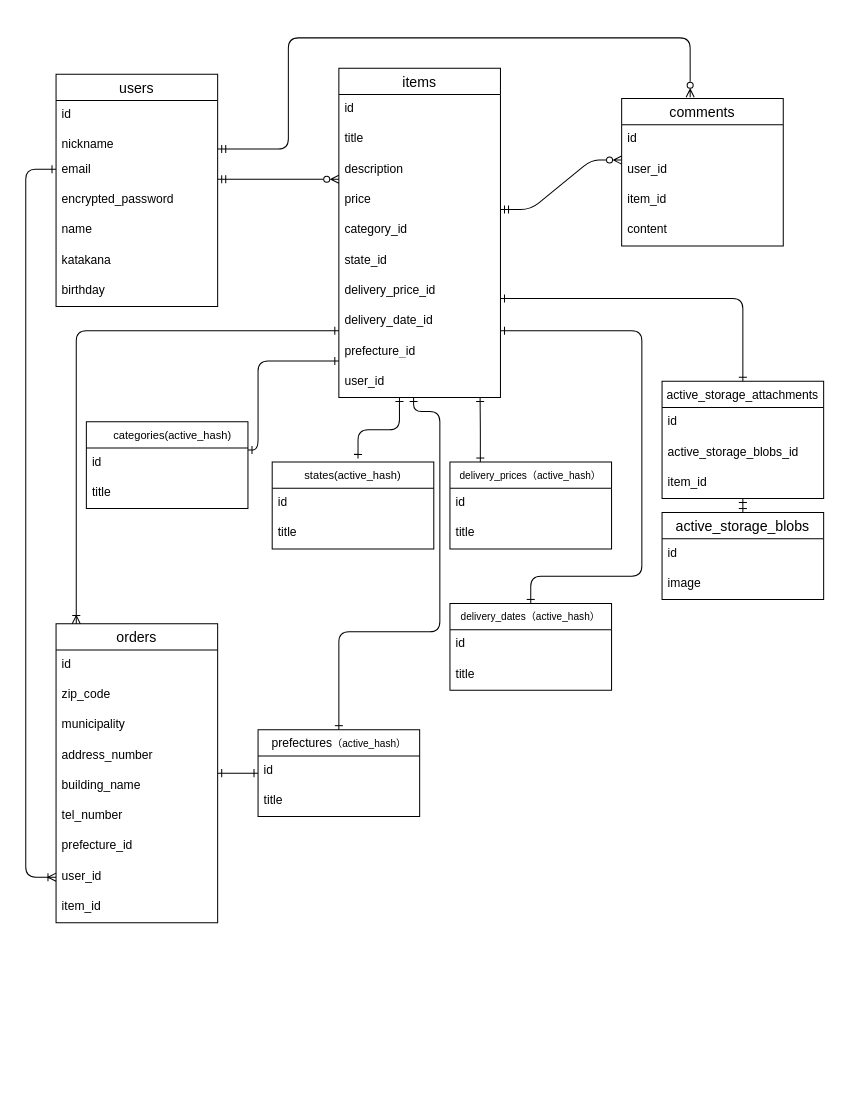
Above: page "ページ2" (2 of 2) of db-plan.dio in tks-sugita/furima-37380 (draw.io), before the change. Source tidied: cells renumbered, new cells numbered last; positions are measured from the earlier drawing's top-left corner, leaving out a move shared by most shapes. Both pictures are drawn from the tidied source at 101%, with x=0, y=0 at pixel (25, 37).
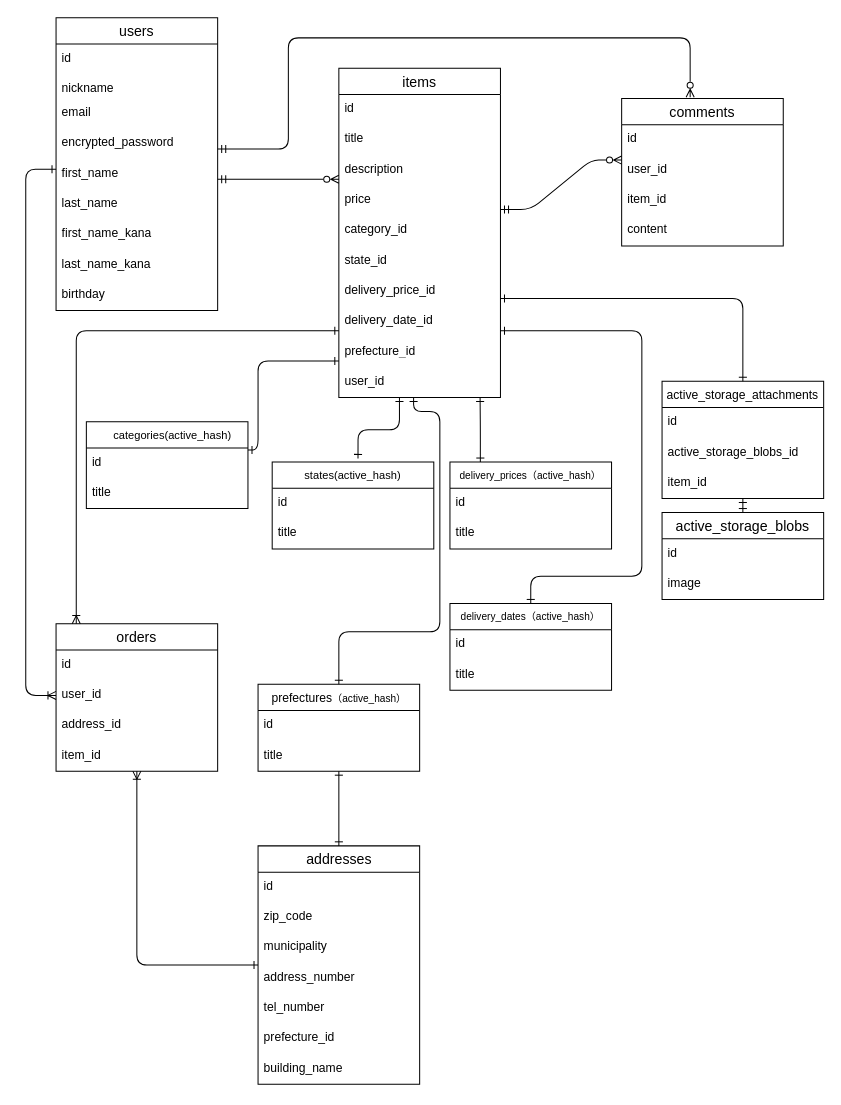
The same diagram, later.

Commit message (it also covers changes not shown here):
データベース設計の修正

Change to the diagram source:
```diff
@@
     <mxCell id="2" value="users" style="swimlane;fontStyle=0;horizontal=1;startSize=26;align=center;fontSize=14;" parent="1" vertex="1">
-      <mxGeometry x="30" y="36" width="160" height="230" as="geometry" />
+      <mxGeometry x="30" y="-20" width="160" height="290" as="geometry" />
     </mxCell>
@@
-    <mxCell id="7" value="name" style="text;strokeColor=none;fillColor=none;spacingLeft=4;spacingRight=4;overflow=hidden;fontSize=12;" parent="2" vertex="1">
+    <mxCell id="7" value="first_name" style="text;strokeColor=none;fillColor=none;spacingLeft=4;spacingRight=4;overflow=hidden;fontSize=12;" parent="2" vertex="1">
       <mxGeometry y="140" width="160" height="30" as="geometry" />
     </mxCell>
+    <mxCell id="71" value="last_name" style="text;strokeColor=none;fillColor=none;spacingLeft=4;spacingRight=4;overflow=hidden;fontSize=12;html=1;" parent="2" vertex="1">
+      <mxGeometry y="170" width="160" height="30" as="geometry" />
+    </mxCell>
+    <mxCell id="72" value="first_name_kana" style="text;strokeColor=none;fillColor=none;spacingLeft=4;spacingRight=4;overflow=hidden;fontSize=12;html=1;" parent="2" vertex="1">
+      <mxGeometry y="200" width="160" height="30" as="geometry" />
+    </mxCell>
-    <mxCell id="8" value="katakana" style="text;strokeColor=none;fillColor=none;spacingLeft=4;spacingRight=4;overflow=hidden;fontSize=12;" parent="2" vertex="1">
-      <mxGeometry y="170" width="160" height="30" as="geometry" />
+    <mxCell id="8" value="last_name_kana" style="text;strokeColor=none;fillColor=none;spacingLeft=4;spacingRight=4;overflow=hidden;fontSize=12;" parent="2" vertex="1">
+      <mxGeometry y="230" width="160" height="30" as="geometry" />
     </mxCell>
     <mxCell id="9" value="birthday" style="text;strokeColor=none;fillColor=none;spacingLeft=4;spacingRight=4;overflow=hidden;fontSize=12;" parent="2" vertex="1">
-      <mxGeometry y="200" width="160" height="30" as="geometry" />
+      <mxGeometry y="260" width="160" height="30" as="geometry" />
     </mxCell>
@@
     <mxCell id="26" value="orders" style="swimlane;fontStyle=0;horizontal=1;startSize=26;align=center;fontSize=14;" parent="1" vertex="1">
-      <mxGeometry x="30" y="580" width="160" height="296" as="geometry" />
+      <mxGeometry x="30" y="580" width="160" height="146" as="geometry" />
     </mxCell>
@@
-    <mxCell id="28" value="zip_code" style="text;strokeColor=none;fillColor=none;spacingLeft=4;spacingRight=4;overflow=hidden;fontSize=12;" parent="26" vertex="1">
-      <mxGeometry y="56" width="160" height="30" as="geometry" />
-    </mxCell>
-    <mxCell id="29" value="municipality" style="text;strokeColor=none;fillColor=none;spacingLeft=4;spacingRight=4;overflow=hidden;fontSize=12;" parent="26" vertex="1">
-      <mxGeometry y="86" width="160" height="30" as="geometry" />
-    </mxCell>
-    <mxCell id="30" value="address_number" style="text;strokeColor=none;fillColor=none;spacingLeft=4;spacingRight=4;overflow=hidden;fontSize=12;" parent="26" vertex="1">
-      <mxGeometry y="116" width="160" height="30" as="geometry" />
-    </mxCell>
-    <mxCell id="31" value="building_name" style="text;strokeColor=none;fillColor=none;spacingLeft=4;spacingRight=4;overflow=hidden;fontSize=12;" parent="26" vertex="1">
-      <mxGeometry y="146" width="160" height="30" as="geometry" />
-    </mxCell>
-    <mxCell id="32" value="tel_number" style="text;strokeColor=none;fillColor=none;spacingLeft=4;spacingRight=4;overflow=hidden;fontSize=12;" parent="26" vertex="1">
-      <mxGeometry y="176" width="160" height="30" as="geometry" />
-    </mxCell>
-    <mxCell id="33" value="prefecture_id" style="text;strokeColor=none;fillColor=none;spacingLeft=4;spacingRight=4;overflow=hidden;fontSize=12;" parent="26" vertex="1">
-      <mxGeometry y="206" width="160" height="30" as="geometry" />
-    </mxCell>
     <mxCell id="34" value="user_id" style="text;strokeColor=none;fillColor=none;spacingLeft=4;spacingRight=4;overflow=hidden;points=[[0,0.5],[1,0.5]];portConstraint=eastwest;fontSize=12;" parent="26" vertex="1">
-      <mxGeometry y="236" width="160" height="30" as="geometry" />
+      <mxGeometry y="56" width="160" height="30" as="geometry" />
     </mxCell>
+    <mxCell id="73" value="address_id" style="text;strokeColor=none;fillColor=none;spacingLeft=4;spacingRight=4;overflow=hidden;fontSize=12;html=1;" parent="26" vertex="1">
+      <mxGeometry y="86" width="160" height="30" as="geometry" />
+    </mxCell>
     <mxCell id="35" value="item_id" style="text;strokeColor=none;fillColor=none;spacingLeft=4;spacingRight=4;overflow=hidden;fontSize=12;" parent="26" vertex="1">
-      <mxGeometry y="266" width="160" height="30" as="geometry" />
+      <mxGeometry y="116" width="160" height="30" as="geometry" />
     </mxCell>
@@
     <mxCell id="62" value="&lt;span style=&quot;font-size: 12px ; text-align: left&quot;&gt;prefectures&lt;/span&gt;&lt;span style=&quot;font-size: 10px&quot;&gt;（active_hash）&lt;/span&gt;" style="swimlane;fontStyle=0;horizontal=1;startSize=26;align=center;fontSize=14;html=1;" parent="1" vertex="1">
-      <mxGeometry x="230" y="685" width="160" height="86" as="geometry" />
+      <mxGeometry x="230" y="640" width="160" height="86" as="geometry" />
     </mxCell>
@@
-    <mxCell id="65" style="fontSize=12;html=1;endArrow=ERone;endFill=1;startArrow=ERone;startFill=0;" parent="1" edge="1" source="62">
-      <mxGeometry relative="1" as="geometry">
-        <mxPoint x="190" y="728" as="targetPoint" />
-      </mxGeometry>
-    </mxCell>
@@
+    <mxCell id="74" value="addresses" style="swimlane;fontStyle=0;horizontal=1;startSize=26;align=center;fontSize=14;html=1;" parent="1" vertex="1">
+      <mxGeometry x="230" y="800" width="160" height="236" as="geometry" />
+    </mxCell>
+    <mxCell id="75" value="id" style="text;strokeColor=none;fillColor=none;spacingLeft=4;spacingRight=4;overflow=hidden;fontSize=12;html=1;" parent="74" vertex="1">
+      <mxGeometry y="26" width="160" height="30" as="geometry" />
+    </mxCell>
+    <mxCell id="28" value="zip_code" style="text;strokeColor=none;fillColor=none;spacingLeft=4;spacingRight=4;overflow=hidden;fontSize=12;" parent="74" vertex="1">
+      <mxGeometry y="56" width="160" height="30" as="geometry" />
+    </mxCell>
+    <mxCell id="29" value="municipality" style="text;strokeColor=none;fillColor=none;spacingLeft=4;spacingRight=4;overflow=hidden;fontSize=12;" parent="74" vertex="1">
+      <mxGeometry y="86" width="160" height="30" as="geometry" />
+    </mxCell>
+    <mxCell id="30" value="address_number" style="text;strokeColor=none;fillColor=none;spacingLeft=4;spacingRight=4;overflow=hidden;fontSize=12;" parent="74" vertex="1">
+      <mxGeometry y="116" width="160" height="30" as="geometry" />
+    </mxCell>
+    <mxCell id="32" value="tel_number" style="text;strokeColor=none;fillColor=none;spacingLeft=4;spacingRight=4;overflow=hidden;fontSize=12;" parent="74" vertex="1">
+      <mxGeometry y="146" width="160" height="30" as="geometry" />
+    </mxCell>
+    <mxCell id="33" value="prefecture_id" style="text;strokeColor=none;fillColor=none;spacingLeft=4;spacingRight=4;overflow=hidden;fontSize=12;" parent="74" vertex="1">
+      <mxGeometry y="176" width="160" height="30" as="geometry" />
+    </mxCell>
+    <mxCell id="31" value="building_name" style="text;strokeColor=none;fillColor=none;spacingLeft=4;spacingRight=4;overflow=hidden;fontSize=12;" parent="74" vertex="1">
+      <mxGeometry y="206" width="160" height="30" as="geometry" />
+    </mxCell>
+    <mxCell id="76" style="fontSize=12;html=1;endArrow=ERone;endFill=1;startArrow=ERone;startFill=0;" parent="1" edge="1" source="74" target="62">
+      <mxGeometry relative="1" as="geometry" />
+    </mxCell>
+    <mxCell id="77" style="edgeStyle=orthogonalEdgeStyle;fontSize=12;html=1;endArrow=ERoneToMany;endFill=0;startArrow=ERone;startFill=0;" parent="1" edge="1" source="74" target="26">
+      <mxGeometry relative="1" as="geometry" />
+    </mxCell>
```
